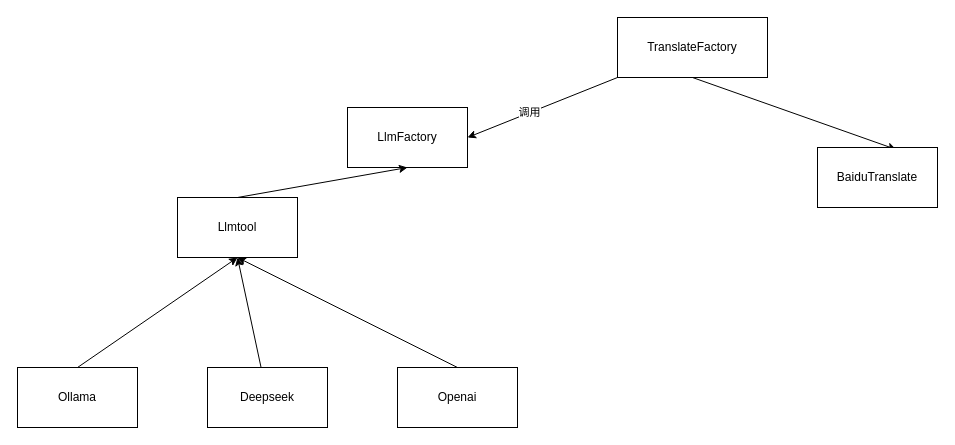
Before: doc/llm.drawio in robertzengcn/social-marketing, a draw.io diagram. Source tidied: cells renumbered, new cells numbered last; positions are measured from the earlier drawing's top-left corner, leaving out a move shared by most shapes. Both pictures are drawn from the tidied source at 100%, with x=0, y=0 at pixel (17, 17).
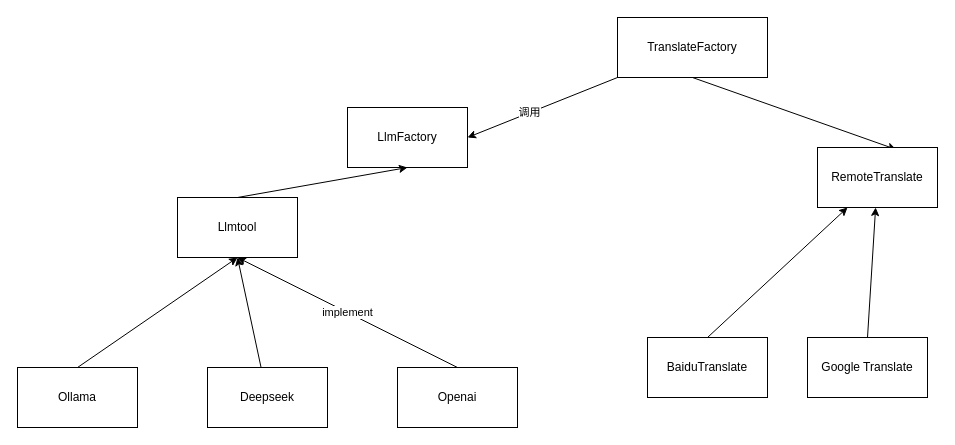
Above is the later version.

Diff of the diagram source:
```diff
@@
 <mxGraphModel>
   <root>
     <mxCell id="0" />
     <mxCell id="1" parent="0" />
     <mxCell id="2" value="LlmFactory" style="rounded=0;whiteSpace=wrap;html=1;" parent="1" vertex="1">
       <mxGeometry x="330" y="90" width="120" height="60" as="geometry" />
     </mxCell>
     <mxCell id="3" style="edgeStyle=none;html=1;exitX=0.5;exitY=0;exitDx=0;exitDy=0;entryX=0.5;entryY=1;entryDx=0;entryDy=0;" parent="1" edge="1" source="4" target="10">
       <mxGeometry relative="1" as="geometry" />
     </mxCell>
     <mxCell id="4" value="Ollama" style="rounded=0;whiteSpace=wrap;html=1;" parent="1" vertex="1">
       <mxGeometry y="350" width="120" height="60" as="geometry" />
     </mxCell>
     <mxCell id="5" style="edgeStyle=none;html=1;entryX=0.5;entryY=1;entryDx=0;entryDy=0;" parent="1" edge="1" source="6" target="10">
       <mxGeometry relative="1" as="geometry" />
     </mxCell>
     <mxCell id="6" value="Deepseek" style="rounded=0;whiteSpace=wrap;html=1;" parent="1" vertex="1">
       <mxGeometry x="190" y="350" width="120" height="60" as="geometry" />
     </mxCell>
-    <mxCell id="7" style="edgeStyle=none;html=1;exitX=0.5;exitY=0;exitDx=0;exitDy=0;entryX=0.5;entryY=1;entryDx=0;entryDy=0;" parent="1" edge="1" source="8" target="10">
+    <mxCell id="7" value="implement" style="edgeStyle=none;html=1;exitX=0.5;exitY=0;exitDx=0;exitDy=0;entryX=0.5;entryY=1;entryDx=0;entryDy=0;" parent="1" edge="1" source="8" target="10">
       <mxGeometry relative="1" as="geometry" />
     </mxCell>
     <mxCell id="8" value="Openai" style="rounded=0;whiteSpace=wrap;html=1;" parent="1" vertex="1">
       <mxGeometry x="380" y="350" width="120" height="60" as="geometry" />
     </mxCell>
     <mxCell id="9" style="edgeStyle=none;html=1;exitX=0.5;exitY=0;exitDx=0;exitDy=0;entryX=0.5;entryY=1;entryDx=0;entryDy=0;" parent="1" edge="1" source="10" target="2">
       <mxGeometry relative="1" as="geometry" />
     </mxCell>
     <mxCell id="10" value="Llmtool" style="rounded=0;whiteSpace=wrap;html=1;" parent="1" vertex="1">
       <mxGeometry x="160" y="180" width="120" height="60" as="geometry" />
     </mxCell>
     <mxCell id="11" style="edgeStyle=none;html=1;entryX=1;entryY=0.5;entryDx=0;entryDy=0;" parent="1" edge="1" source="14" target="2">
       <mxGeometry relative="1" as="geometry" />
     </mxCell>
     <mxCell id="12" value="调用" style="edgeLabel;html=1;align=center;verticalAlign=middle;" parent="11" vertex="1">
       <mxGeometry x="0.17" y="-1" relative="1" as="geometry" />
     </mxCell>
     <mxCell id="13" style="edgeStyle=none;html=1;exitX=0.5;exitY=1;exitDx=0;exitDy=0;entryX=0.656;entryY=0.033;entryDx=0;entryDy=0;entryPerimeter=0;" parent="1" edge="1" source="14" target="15">
       <mxGeometry relative="1" as="geometry" />
     </mxCell>
     <mxCell id="14" value="TranslateFactory" style="rounded=0;whiteSpace=wrap;html=1;" parent="1" vertex="1">
       <mxGeometry x="600" width="150" height="60" as="geometry" />
     </mxCell>
-    <mxCell id="15" value="BaiduTranslate" style="rounded=0;whiteSpace=wrap;html=1;" parent="1" vertex="1">
+    <mxCell id="15" value="RemoteTranslate" style="rounded=0;whiteSpace=wrap;html=1;" parent="1" vertex="1">
       <mxGeometry x="800" y="130" width="120" height="60" as="geometry" />
     </mxCell>
+    <mxCell id="16" style="edgeStyle=none;html=1;exitX=0.5;exitY=0;exitDx=0;exitDy=0;entryX=0.25;entryY=1;entryDx=0;entryDy=0;" parent="1" edge="1" source="17" target="15">
+      <mxGeometry relative="1" as="geometry" />
+    </mxCell>
+    <mxCell id="17" value="BaiduTranslate" style="rounded=0;whiteSpace=wrap;html=1;" parent="1" vertex="1">
+      <mxGeometry x="630" y="320" width="120" height="60" as="geometry" />
+    </mxCell>
+    <mxCell id="18" style="edgeStyle=none;html=1;exitX=0.5;exitY=0;exitDx=0;exitDy=0;" parent="1" edge="1" source="19" target="15">
+      <mxGeometry relative="1" as="geometry" />
+    </mxCell>
+    <mxCell id="19" value="Google Translate" style="rounded=0;whiteSpace=wrap;html=1;" parent="1" vertex="1">
+      <mxGeometry x="790" y="320" width="120" height="60" as="geometry" />
+    </mxCell>
   </root>
 </mxGraphModel>
```
